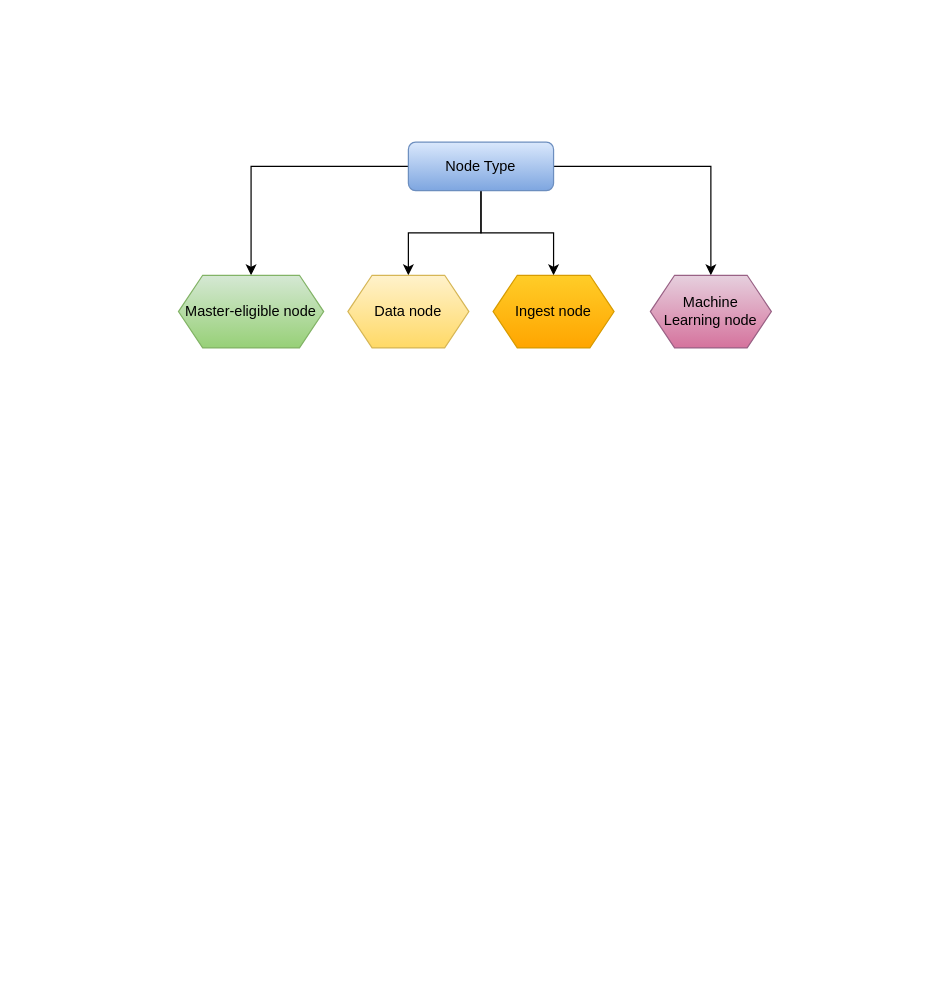
Earlier version of the draw.io diagram page "Node & Cluster" (5 of 5) of My Articles/elastic stack/ElasticSearch setup and configuration.drawio (paramothers/books). Source tidied: cells renumbered, new cells numbered last; positions are measured from the earlier drawing's top-left corner, leaving out a move shared by most shapes. Both pictures are drawn from the tidied source at 121%, with x=0, y=0 at pixel (178, 142).
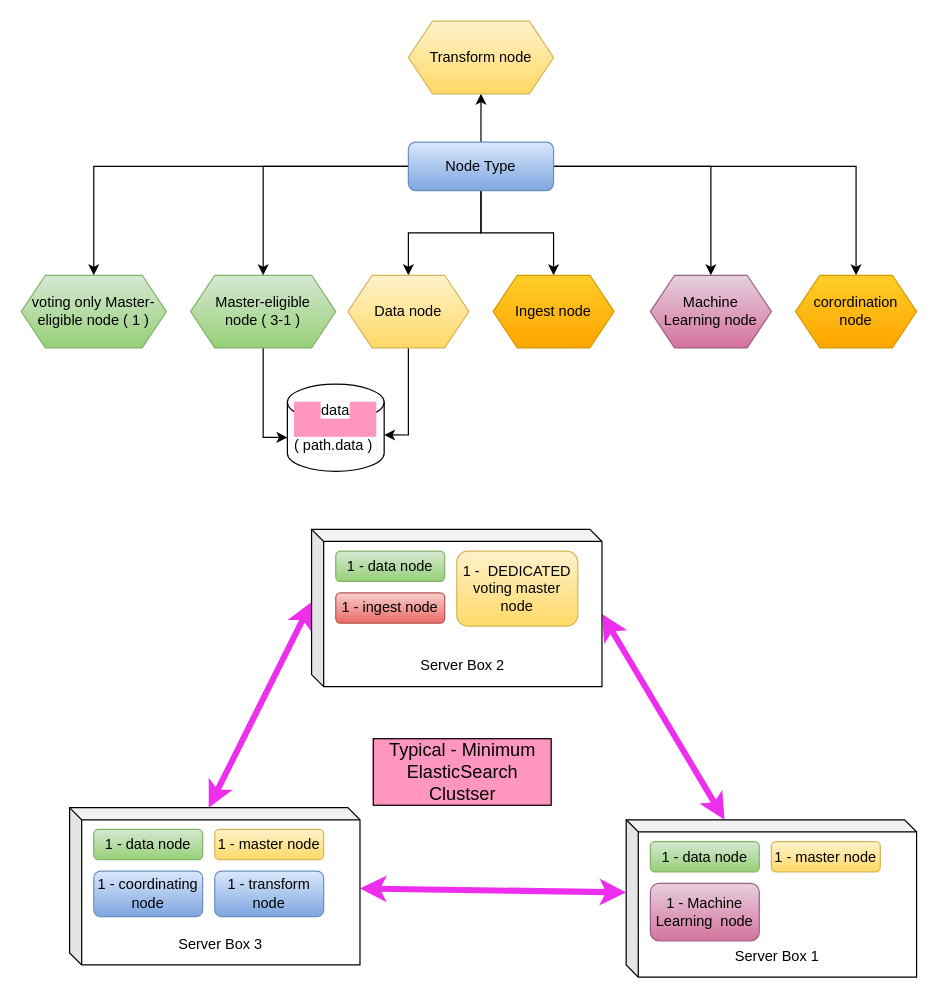
The same page after the edit.

Unchanged cells that the change refers to:
```xml
<mxCell id="6" value="Node Type" style="rounded=1;whiteSpace=wrap;html=1;gradientColor=#7ea6e0;fillColor=#dae8fc;strokeColor=#6c8ebf;" parent="1" vertex="1">
  <mxGeometry x="190" width="120" height="40" as="geometry" />
</mxCell>
<mxCell id="8" value="Data node" style="shape=hexagon;perimeter=hexagonPerimeter2;whiteSpace=wrap;html=1;fixedSize=1;gradientColor=#ffd966;fillColor=#fff2cc;strokeColor=#d6b656;" parent="1" vertex="1">
  <mxGeometry x="140" y="110" width="100" height="60" as="geometry" />
</mxCell>
```

The edit, as a diff of the source:
```diff
@@
+    <mxCell id="11" style="edgeStyle=orthogonalEdgeStyle;rounded=0;jettySize=auto;html=1;entryX=0.5;entryY=0;entryDx=0;entryDy=0;" parent="1" edge="1" source="6" target="16">
+      <mxGeometry relative="1" as="geometry" />
+    </mxCell>
+    <mxCell id="12" style="edgeStyle=orthogonalEdgeStyle;rounded=0;jettySize=auto;html=1;entryX=0.5;entryY=0;entryDx=0;entryDy=0;" parent="1" edge="1" source="6" target="17">
+      <mxGeometry relative="1" as="geometry" />
+    </mxCell>
+    <mxCell id="13" style="edgeStyle=none;rounded=0;jettySize=auto;html=1;entryX=0.5;entryY=1;entryDx=0;entryDy=0;startArrow=none;startFill=0;strokeWidth=1;fontSize=8;" parent="1" edge="1" source="6" target="34">
+      <mxGeometry relative="1" as="geometry" />
+    </mxCell>
@@
+    <mxCell id="14" style="edgeStyle=orthogonalEdgeStyle;rounded=0;jettySize=auto;html=1;entryX=0;entryY=0.611;entryDx=0;entryDy=0;entryPerimeter=0;startArrow=none;startFill=0;strokeColor=#000000;strokeWidth=1;fontSize=8;" parent="1" edge="1" source="7" target="36">
+      <mxGeometry relative="1" as="geometry" />
+    </mxCell>
-    <mxCell id="7" value="Master-eligible node" style="shape=hexagon;perimeter=hexagonPerimeter2;whiteSpace=wrap;html=1;fixedSize=1;gradientColor=#97d077;fillColor=#d5e8d4;strokeColor=#82b366;" parent="1" vertex="1">
-      <mxGeometry y="110" width="120" height="60" as="geometry" />
+    <mxCell id="7" value="Master-eligible &lt;br&gt;node ( 3-1 )" style="shape=hexagon;perimeter=hexagonPerimeter2;whiteSpace=wrap;html=1;fixedSize=1;gradientColor=#97d077;fillColor=#d5e8d4;strokeColor=#82b366;" parent="1" vertex="1">
+      <mxGeometry x="10" y="110" width="120" height="60" as="geometry" />
     </mxCell>
+    <mxCell id="15" style="edgeStyle=orthogonalEdgeStyle;rounded=0;jettySize=auto;html=1;entryX=1;entryY=0.583;entryDx=0;entryDy=0;entryPerimeter=0;startArrow=none;startFill=0;strokeColor=#000000;strokeWidth=1;fontSize=8;" parent="1" edge="1" source="8" target="36">
+      <mxGeometry relative="1" as="geometry" />
+    </mxCell>
@@
+    <mxCell id="16" value="corordination node" style="shape=hexagon;perimeter=hexagonPerimeter2;whiteSpace=wrap;html=1;fixedSize=1;gradientColor=#ffa500;fillColor=#ffcd28;strokeColor=#d79b00;" parent="1" vertex="1">
+      <mxGeometry x="510" y="110" width="100" height="60" as="geometry" />
+    </mxCell>
+    <mxCell id="17" value="voting only Master-eligible node ( 1 )" style="shape=hexagon;perimeter=hexagonPerimeter2;whiteSpace=wrap;html=1;fixedSize=1;gradientColor=#97d077;fillColor=#d5e8d4;strokeColor=#82b366;" parent="1" vertex="1">
+      <mxGeometry x="-130" y="110" width="120" height="60" as="geometry" />
+    </mxCell>
+    <mxCell id="18" style="edgeStyle=none;rounded=0;jettySize=auto;html=1;entryX=0;entryY=0;entryDx=240;entryDy=70;entryPerimeter=0;strokeWidth=5;startArrow=classic;startFill=1;strokeColor=#ED2FED;" parent="1" edge="1" source="19" target="24">
+      <mxGeometry relative="1" as="geometry" />
+    </mxCell>
+    <mxCell id="19" value="&lt;br&gt;&lt;br&gt;&lt;br&gt;&lt;br&gt;&lt;br&gt;&lt;br&gt;Server Box 1" style="shape=cube;whiteSpace=wrap;html=1;boundedLbl=1;backgroundOutline=1;darkOpacity=0.05;darkOpacity2=0.1;size=10;" parent="1" vertex="1">
+      <mxGeometry x="370" y="560" width="240" height="130" as="geometry" />
+    </mxCell>
+    <mxCell id="20" value="1 - data node" style="rounded=1;whiteSpace=wrap;html=1;gradientColor=#97d077;fillColor=#d5e8d4;strokeColor=#82b366;" parent="1" vertex="1">
+      <mxGeometry x="390" y="578" width="90" height="25" as="geometry" />
+    </mxCell>
+    <mxCell id="21" value="1 - master node" style="rounded=1;whiteSpace=wrap;html=1;gradientColor=#ffd966;fillColor=#fff2cc;strokeColor=#d6b656;" parent="1" vertex="1">
+      <mxGeometry x="490" y="578" width="90" height="25" as="geometry" />
+    </mxCell>
+    <mxCell id="22" value="1 - Machine Learning&amp;nbsp; node" style="rounded=1;whiteSpace=wrap;html=1;gradientColor=#d5739d;fillColor=#e6d0de;strokeColor=#996185;" parent="1" vertex="1">
+      <mxGeometry x="390" y="612.5" width="90" height="47.5" as="geometry" />
+    </mxCell>
+    <mxCell id="23" style="rounded=0;jettySize=auto;html=1;entryX=0;entryY=0;entryDx=115;entryDy=0;entryPerimeter=0;exitX=0;exitY=0;exitDx=0;exitDy=60;exitPerimeter=0;strokeWidth=5;startArrow=classic;startFill=1;strokeColor=#ED2FED;" parent="1" edge="1" source="24" target="29">
+      <mxGeometry relative="1" as="geometry" />
+    </mxCell>
+    <mxCell id="24" value="&lt;br&gt;&lt;br&gt;&lt;br&gt;&lt;br&gt;&lt;br&gt;&lt;br&gt;Server Box 2" style="shape=cube;whiteSpace=wrap;html=1;boundedLbl=1;backgroundOutline=1;darkOpacity=0.05;darkOpacity2=0.1;size=10;" parent="1" vertex="1">
+      <mxGeometry x="110" y="320" width="240" height="130" as="geometry" />
+    </mxCell>
+    <mxCell id="25" value="1 - data node" style="rounded=1;whiteSpace=wrap;html=1;gradientColor=#97d077;fillColor=#d5e8d4;strokeColor=#82b366;" parent="1" vertex="1">
+      <mxGeometry x="130" y="338" width="90" height="25" as="geometry" />
+    </mxCell>
+    <mxCell id="26" value="1 -&amp;nbsp; DEDICATED voting master node" style="rounded=1;whiteSpace=wrap;html=1;gradientColor=#ffd966;fillColor=#fff2cc;strokeColor=#d6b656;" parent="1" vertex="1">
+      <mxGeometry x="230" y="338" width="100" height="62" as="geometry" />
+    </mxCell>
+    <mxCell id="27" value="1 - ingest node" style="rounded=1;whiteSpace=wrap;html=1;gradientColor=#ea6b66;fillColor=#f8cecc;strokeColor=#b85450;" parent="1" vertex="1">
+      <mxGeometry x="130" y="372.5" width="90" height="25" as="geometry" />
+    </mxCell>
+    <mxCell id="28" style="edgeStyle=none;rounded=0;jettySize=auto;html=1;entryX=0;entryY=0;entryDx=0;entryDy=60;entryPerimeter=0;strokeWidth=5;startArrow=classic;startFill=1;strokeColor=#ED2FED;" parent="1" edge="1" source="29" target="19">
+      <mxGeometry relative="1" as="geometry" />
+    </mxCell>
+    <mxCell id="29" value="&lt;br&gt;&lt;br&gt;&lt;br&gt;&lt;br&gt;&lt;br&gt;&lt;br&gt;Server Box 3" style="shape=cube;whiteSpace=wrap;html=1;boundedLbl=1;backgroundOutline=1;darkOpacity=0.05;darkOpacity2=0.1;size=10;" parent="1" vertex="1">
+      <mxGeometry x="-90" y="550" width="240" height="130" as="geometry" />
+    </mxCell>
+    <mxCell id="30" value="1 - data node" style="rounded=1;whiteSpace=wrap;html=1;gradientColor=#97d077;fillColor=#d5e8d4;strokeColor=#82b366;" parent="1" vertex="1">
+      <mxGeometry x="-70" y="568" width="90" height="25" as="geometry" />
+    </mxCell>
+    <mxCell id="31" value="1 - master node" style="rounded=1;whiteSpace=wrap;html=1;gradientColor=#ffd966;fillColor=#fff2cc;strokeColor=#d6b656;" parent="1" vertex="1">
+      <mxGeometry x="30" y="568" width="90" height="25" as="geometry" />
+    </mxCell>
+    <mxCell id="32" value="1 - coordinating node" style="rounded=1;whiteSpace=wrap;html=1;gradientColor=#7ea6e0;fillColor=#dae8fc;strokeColor=#6c8ebf;" parent="1" vertex="1">
+      <mxGeometry x="-70" y="602.5" width="90" height="37.5" as="geometry" />
+    </mxCell>
+    <mxCell id="33" value="Typical - Minimum ElasticSearch Clustser" style="text;html=1;fillColor=none;align=center;verticalAlign=middle;whiteSpace=wrap;rounded=0;labelBackgroundColor=#FF96C0;labelBorderColor=#000000;strokeWidth=3;fontSize=15;" parent="1" vertex="1">
+      <mxGeometry x="160" y="470" width="150" height="100" as="geometry" />
+    </mxCell>
+    <mxCell id="34" value="Transform node" style="shape=hexagon;perimeter=hexagonPerimeter2;whiteSpace=wrap;html=1;fixedSize=1;gradientColor=#ffd966;fillColor=#fff2cc;strokeColor=#d6b656;" parent="1" vertex="1">
+      <mxGeometry x="190" y="-100" width="120" height="60" as="geometry" />
+    </mxCell>
+    <mxCell id="35" value="1 - transform node" style="rounded=1;whiteSpace=wrap;html=1;gradientColor=#7ea6e0;fillColor=#dae8fc;strokeColor=#6c8ebf;" parent="1" vertex="1">
+      <mxGeometry x="30" y="602.5" width="90" height="37.5" as="geometry" />
+    </mxCell>
+    <mxCell id="36" value="&lt;font style=&quot;font-size: 12px ; background-color: rgb(255 , 255 , 255)&quot;&gt;data&lt;br&gt;&lt;br&gt;( path.data )&amp;nbsp;&lt;/font&gt;" style="shape=cylinder2;whiteSpace=wrap;html=1;boundedLbl=1;backgroundOutline=1;size=15;labelBackgroundColor=#FF96C0;strokeColor=#000000;strokeWidth=1;fontSize=8;" parent="1" vertex="1">
+      <mxGeometry x="90" y="200" width="80" height="72" as="geometry" />
+    </mxCell>
```
